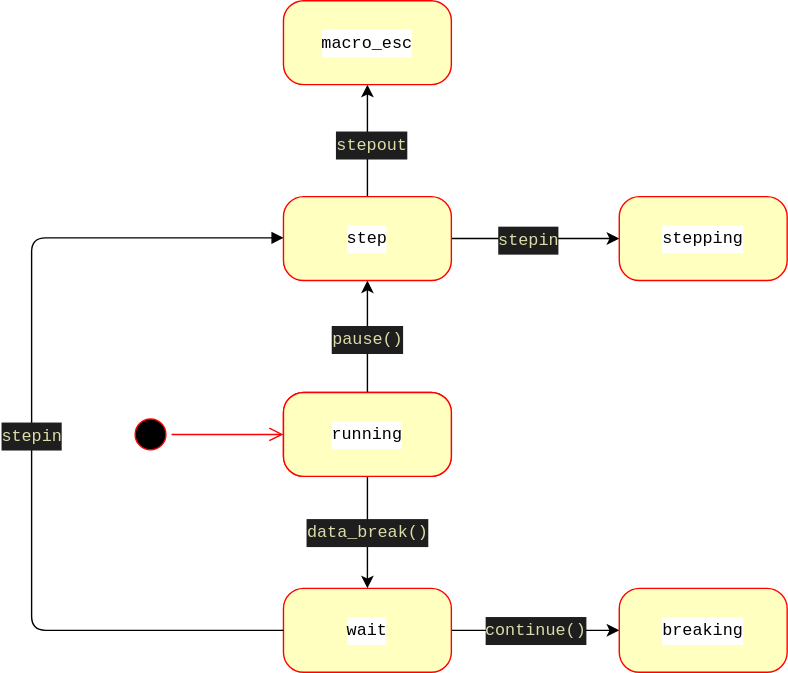
Earlier version of the draw.io export res/img/breakState.svg (famibee/SKYNovel-vscode-extension). Source tidied: cells renumbered, new cells last; positions are measured from the earlier drawing's top-left corner, leaving out a move shared by most shapes.
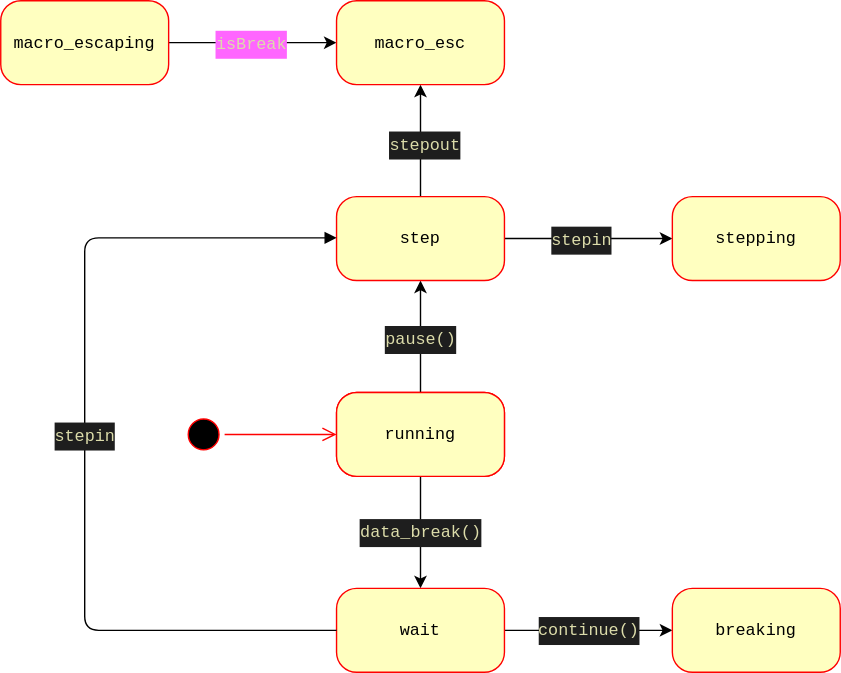
The same file after the commit.

Commit message:
breakState.svg を更新します

What changed in the source:
```diff
@@ -20,7 +20,7 @@
     <mxCell id="7" value="&lt;div style=&quot;color: rgb(212 , 212 , 212) ; background-color: rgb(30 , 30 , 30) ; font-family: &amp;#34;menlo&amp;#34; , &amp;#34;monaco&amp;#34; , &amp;#34;courier new&amp;#34; , monospace ; font-size: 12px ; line-height: 20px&quot;&gt;&lt;span style=&quot;color: #dcdcaa&quot;&gt;pause()&lt;/span&gt;&lt;/div&gt;" style="edgeLabel;html=1;align=center;verticalAlign=middle;" parent="6" vertex="1">
       <mxGeometry x="-0.03" y="1" relative="1" as="geometry" />
     </mxCell>
-    <mxCell id="8" value="&lt;div style=&quot;font-family: menlo, monaco, &amp;quot;courier new&amp;quot;, monospace; line-height: 20px;&quot;&gt;&lt;span style=&quot;&quot;&gt;running&lt;/span&gt;&lt;/div&gt;" style="rounded=1;whiteSpace=wrap;html=1;arcSize=24;fillColor=#ffffc0;strokeColor=#ff0000;shadow=0;comic=0;labelBackgroundColor=#ffffff;fontFamily=Verdana;fontSize=12;align=center;" parent="1" vertex="1">
+    <mxCell id="8" value="&lt;div style=&quot;font-family: menlo, monaco, &amp;quot;courier new&amp;quot;, monospace; line-height: 20px;&quot;&gt;&lt;span style=&quot;&quot;&gt;running&lt;/span&gt;&lt;/div&gt;" style="rounded=1;whiteSpace=wrap;html=1;arcSize=24;fillColor=#ffffc0;strokeColor=#ff0000;shadow=0;comic=0;labelBackgroundColor=none;fontFamily=Verdana;fontSize=12;align=center;" parent="1" vertex="1">
       <mxGeometry x="180" y="280" width="120" height="60" as="geometry" />
     </mxCell>
     <mxCell id="9" style="edgeStyle=orthogonalEdgeStyle;rounded=0;jettySize=auto;html=1;" parent="1" edge="1" source="11" target="12">
@@ -29,10 +29,10 @@
     <mxCell id="10" value="&lt;div style=&quot;color: rgb(212 , 212 , 212) ; background-color: rgb(30 , 30 , 30) ; font-family: &amp;#34;menlo&amp;#34; , &amp;#34;monaco&amp;#34; , &amp;#34;courier new&amp;#34; , monospace ; font-size: 12px ; line-height: 20px&quot;&gt;&lt;span style=&quot;color: #dcdcaa&quot;&gt;continue()&lt;/span&gt;&lt;/div&gt;" style="edgeLabel;html=1;align=center;verticalAlign=middle;" parent="9" vertex="1">
       <mxGeometry x="-0.03" y="1" relative="1" as="geometry" />
     </mxCell>
-    <mxCell id="11" value="&lt;div style=&quot;font-family: menlo, monaco, &amp;quot;courier new&amp;quot;, monospace; line-height: 20px;&quot;&gt;&lt;div style=&quot;font-family: &amp;quot;menlo&amp;quot; , &amp;quot;monaco&amp;quot; , &amp;quot;courier new&amp;quot; , monospace ; line-height: 20px&quot;&gt;&lt;span style=&quot;&quot;&gt;wait&lt;/span&gt;&lt;/div&gt;&lt;/div&gt;" style="rounded=1;whiteSpace=wrap;html=1;arcSize=24;fillColor=#ffffc0;strokeColor=#ff0000;shadow=0;comic=0;labelBackgroundColor=#ffffff;fontFamily=Verdana;fontSize=12;align=center;" parent="1" vertex="1">
+    <mxCell id="11" value="&lt;div style=&quot;font-family: menlo, monaco, &amp;quot;courier new&amp;quot;, monospace; line-height: 20px;&quot;&gt;&lt;div style=&quot;font-family: &amp;quot;menlo&amp;quot; , &amp;quot;monaco&amp;quot; , &amp;quot;courier new&amp;quot; , monospace ; line-height: 20px&quot;&gt;&lt;span style=&quot;&quot;&gt;wait&lt;/span&gt;&lt;/div&gt;&lt;/div&gt;" style="rounded=1;whiteSpace=wrap;html=1;arcSize=24;fillColor=#ffffc0;strokeColor=#ff0000;shadow=0;comic=0;labelBackgroundColor=none;fontFamily=Verdana;fontSize=12;align=center;" parent="1" vertex="1">
       <mxGeometry x="180" y="420" width="120" height="60" as="geometry" />
     </mxCell>
-    <mxCell id="12" value="&lt;div style=&quot;font-family: menlo, monaco, &amp;quot;courier new&amp;quot;, monospace; line-height: 20px;&quot;&gt;&lt;div style=&quot;font-family: &amp;quot;menlo&amp;quot; , &amp;quot;monaco&amp;quot; , &amp;quot;courier new&amp;quot; , monospace ; line-height: 20px&quot;&gt;&lt;div style=&quot;font-family: &amp;quot;menlo&amp;quot; , &amp;quot;monaco&amp;quot; , &amp;quot;courier new&amp;quot; , monospace ; line-height: 20px&quot;&gt;&lt;span style=&quot;&quot;&gt;breaking&lt;/span&gt;&lt;/div&gt;&lt;/div&gt;&lt;/div&gt;" style="rounded=1;whiteSpace=wrap;html=1;arcSize=24;fillColor=#ffffc0;strokeColor=#ff0000;shadow=0;comic=0;labelBackgroundColor=#ffffff;fontFamily=Verdana;fontSize=12;align=center;" parent="1" vertex="1">
+    <mxCell id="12" value="&lt;div style=&quot;font-family: menlo, monaco, &amp;quot;courier new&amp;quot;, monospace; line-height: 20px;&quot;&gt;&lt;div style=&quot;font-family: &amp;quot;menlo&amp;quot; , &amp;quot;monaco&amp;quot; , &amp;quot;courier new&amp;quot; , monospace ; line-height: 20px&quot;&gt;&lt;div style=&quot;font-family: &amp;quot;menlo&amp;quot; , &amp;quot;monaco&amp;quot; , &amp;quot;courier new&amp;quot; , monospace ; line-height: 20px&quot;&gt;&lt;span style=&quot;&quot;&gt;breaking&lt;/span&gt;&lt;/div&gt;&lt;/div&gt;&lt;/div&gt;" style="rounded=1;whiteSpace=wrap;html=1;arcSize=24;fillColor=#ffffc0;strokeColor=#ff0000;shadow=0;comic=0;labelBackgroundColor=none;fontFamily=Verdana;fontSize=12;align=center;" parent="1" vertex="1">
       <mxGeometry x="420" y="420" width="120" height="60" as="geometry" />
     </mxCell>
     <mxCell id="13" style="edgeStyle=orthogonalEdgeStyle;rounded=0;jettySize=auto;html=1;" parent="1" edge="1" source="17" target="20">
@@ -47,7 +47,7 @@
     <mxCell id="16" value="&lt;div style=&quot;color: rgb(212 , 212 , 212) ; background-color: rgb(30 , 30 , 30) ; font-family: &amp;#34;menlo&amp;#34; , &amp;#34;monaco&amp;#34; , &amp;#34;courier new&amp;#34; , monospace ; font-size: 12px ; line-height: 20px&quot;&gt;&lt;span style=&quot;color: #dcdcaa&quot;&gt;stepout&lt;/span&gt;&lt;/div&gt;" style="edgeLabel;html=1;align=center;verticalAlign=middle;" parent="15" vertex="1">
       <mxGeometry x="-0.05" y="-2" relative="1" as="geometry" />
     </mxCell>
-    <mxCell id="17" value="&lt;div style=&quot;font-family: menlo, monaco, &amp;quot;courier new&amp;quot;, monospace; line-height: 20px;&quot;&gt;&lt;div style=&quot;font-family: &amp;quot;menlo&amp;quot; , &amp;quot;monaco&amp;quot; , &amp;quot;courier new&amp;quot; , monospace ; line-height: 20px&quot;&gt;&lt;span style=&quot;&quot;&gt;step&lt;/span&gt;&lt;/div&gt;&lt;/div&gt;" style="rounded=1;whiteSpace=wrap;html=1;arcSize=24;fillColor=#ffffc0;strokeColor=#ff0000;shadow=0;comic=0;labelBackgroundColor=#ffffff;fontFamily=Verdana;fontSize=12;align=center;" parent="1" vertex="1">
+    <mxCell id="17" value="&lt;div style=&quot;font-family: menlo, monaco, &amp;quot;courier new&amp;quot;, monospace; line-height: 20px;&quot;&gt;&lt;div style=&quot;font-family: &amp;quot;menlo&amp;quot; , &amp;quot;monaco&amp;quot; , &amp;quot;courier new&amp;quot; , monospace ; line-height: 20px&quot;&gt;&lt;span style=&quot;&quot;&gt;step&lt;/span&gt;&lt;/div&gt;&lt;/div&gt;" style="rounded=1;whiteSpace=wrap;html=1;arcSize=24;fillColor=#ffffc0;strokeColor=#ff0000;shadow=0;comic=0;labelBackgroundColor=none;fontFamily=Verdana;fontSize=12;align=center;" parent="1" vertex="1">
       <mxGeometry x="180" y="140" width="120" height="60" as="geometry" />
     </mxCell>
     <mxCell id="18" style="endArrow=block;endFill=1;html=1;edgeStyle=orthogonalEdgeStyle;align=left;verticalAlign=top;exitX=0;exitY=0.5;exitDx=0;exitDy=0;" parent="1" edge="1" source="11">
@@ -64,11 +64,20 @@
         <mxPoint y="-11" as="offset" />
       </mxGeometry>
     </mxCell>
-    <mxCell id="20" value="&lt;div style=&quot;font-family: menlo, monaco, &amp;quot;courier new&amp;quot;, monospace; line-height: 20px;&quot;&gt;&lt;div style=&quot;font-family: &amp;quot;menlo&amp;quot; , &amp;quot;monaco&amp;quot; , &amp;quot;courier new&amp;quot; , monospace ; line-height: 20px&quot;&gt;&lt;div style=&quot;font-family: &amp;quot;menlo&amp;quot; , &amp;quot;monaco&amp;quot; , &amp;quot;courier new&amp;quot; , monospace ; line-height: 20px&quot;&gt;&lt;span style=&quot;&quot;&gt;stepping&lt;/span&gt;&lt;/div&gt;&lt;/div&gt;&lt;/div&gt;" style="rounded=1;whiteSpace=wrap;html=1;arcSize=24;fillColor=#ffffc0;strokeColor=#ff0000;shadow=0;comic=0;labelBackgroundColor=#ffffff;fontFamily=Verdana;fontSize=12;align=center;" parent="1" vertex="1">
+    <mxCell id="20" value="&lt;div style=&quot;font-family: menlo, monaco, &amp;quot;courier new&amp;quot;, monospace; line-height: 20px;&quot;&gt;&lt;div style=&quot;font-family: &amp;quot;menlo&amp;quot; , &amp;quot;monaco&amp;quot; , &amp;quot;courier new&amp;quot; , monospace ; line-height: 20px&quot;&gt;&lt;div style=&quot;font-family: &amp;quot;menlo&amp;quot; , &amp;quot;monaco&amp;quot; , &amp;quot;courier new&amp;quot; , monospace ; line-height: 20px&quot;&gt;&lt;span style=&quot;&quot;&gt;stepping&lt;/span&gt;&lt;/div&gt;&lt;/div&gt;&lt;/div&gt;" style="rounded=1;whiteSpace=wrap;html=1;arcSize=24;fillColor=#ffffc0;strokeColor=#ff0000;shadow=0;comic=0;labelBackgroundColor=none;fontFamily=Verdana;fontSize=12;align=center;" parent="1" vertex="1">
       <mxGeometry x="420" y="140" width="120" height="60" as="geometry" />
     </mxCell>
+    <mxCell id="22" style="edgeStyle=orthogonalEdgeStyle;rounded=0;jettySize=auto;html=1;fontColor=#000000;" parent="1" edge="1" source="24" target="21">
+      <mxGeometry relative="1" as="geometry" />
+    </mxCell>
+    <mxCell id="23" value="&lt;div style=&quot;color: rgb(212, 212, 212); font-family: menlo, monaco, &amp;quot;courier new&amp;quot;, monospace; font-size: 12px; line-height: 20px;&quot;&gt;&lt;span style=&quot;color: #dcdcaa&quot;&gt;isBreak&lt;/span&gt;&lt;/div&gt;" style="edgeLabel;html=1;align=center;verticalAlign=middle;fontColor=#000000;labelBackgroundColor=#FF66FF;" parent="22" vertex="1">
+      <mxGeometry x="-0.03" relative="1" as="geometry" />
+    </mxCell>
-    <mxCell id="21" value="&lt;div style=&quot;font-family: menlo, monaco, &amp;quot;courier new&amp;quot;, monospace; line-height: 20px;&quot;&gt;&lt;div style=&quot;font-family: &amp;quot;menlo&amp;quot; , &amp;quot;monaco&amp;quot; , &amp;quot;courier new&amp;quot; , monospace ; line-height: 20px&quot;&gt;&lt;div style=&quot;font-family: &amp;quot;menlo&amp;quot; , &amp;quot;monaco&amp;quot; , &amp;quot;courier new&amp;quot; , monospace ; line-height: 20px&quot;&gt;&lt;span style=&quot;&quot;&gt;macro_esc&lt;/span&gt;&lt;/div&gt;&lt;/div&gt;&lt;/div&gt;" style="rounded=1;whiteSpace=wrap;html=1;arcSize=24;fillColor=#ffffc0;strokeColor=#ff0000;shadow=0;comic=0;labelBackgroundColor=#ffffff;fontFamily=Verdana;fontSize=12;align=center;" parent="1" vertex="1">
+    <mxCell id="21" value="&lt;div style=&quot;font-family: menlo, monaco, &amp;quot;courier new&amp;quot;, monospace; line-height: 20px;&quot;&gt;&lt;div style=&quot;font-family: &amp;quot;menlo&amp;quot; , &amp;quot;monaco&amp;quot; , &amp;quot;courier new&amp;quot; , monospace ; line-height: 20px&quot;&gt;&lt;div style=&quot;font-family: &amp;quot;menlo&amp;quot; , &amp;quot;monaco&amp;quot; , &amp;quot;courier new&amp;quot; , monospace ; line-height: 20px&quot;&gt;&lt;span style=&quot;&quot;&gt;macro_esc&lt;/span&gt;&lt;/div&gt;&lt;/div&gt;&lt;/div&gt;" style="rounded=1;whiteSpace=wrap;html=1;arcSize=24;fillColor=#ffffc0;strokeColor=#ff0000;shadow=0;comic=0;labelBackgroundColor=none;fontFamily=Verdana;fontSize=12;align=center;" parent="1" vertex="1">
       <mxGeometry x="180" width="120" height="60" as="geometry" />
     </mxCell>
+    <mxCell id="24" value="&lt;div style=&quot;font-family: &amp;quot;menlo&amp;quot; , &amp;quot;monaco&amp;quot; , &amp;quot;courier new&amp;quot; , monospace ; line-height: 20px&quot;&gt;&lt;div style=&quot;font-family: &amp;quot;menlo&amp;quot; , &amp;quot;monaco&amp;quot; , &amp;quot;courier new&amp;quot; , monospace ; line-height: 20px&quot;&gt;&lt;div style=&quot;font-family: &amp;quot;menlo&amp;quot; , &amp;quot;monaco&amp;quot; , &amp;quot;courier new&amp;quot; , monospace ; line-height: 20px&quot;&gt;&lt;div style=&quot;font-family: menlo, monaco, &amp;quot;courier new&amp;quot;, monospace; line-height: 20px;&quot;&gt;&lt;span style=&quot;&quot;&gt;macro_escaping&lt;/span&gt;&lt;/div&gt;&lt;/div&gt;&lt;/div&gt;&lt;/div&gt;" style="rounded=1;whiteSpace=wrap;html=1;arcSize=24;fillColor=#ffffc0;strokeColor=#ff0000;shadow=0;comic=0;labelBackgroundColor=none;fontFamily=Verdana;fontSize=12;align=center;" parent="1" vertex="1">
+      <mxGeometry x="-60" width="120" height="60" as="geometry" />
+    </mxCell>
   </root>
 </mxGraphModel>
```
